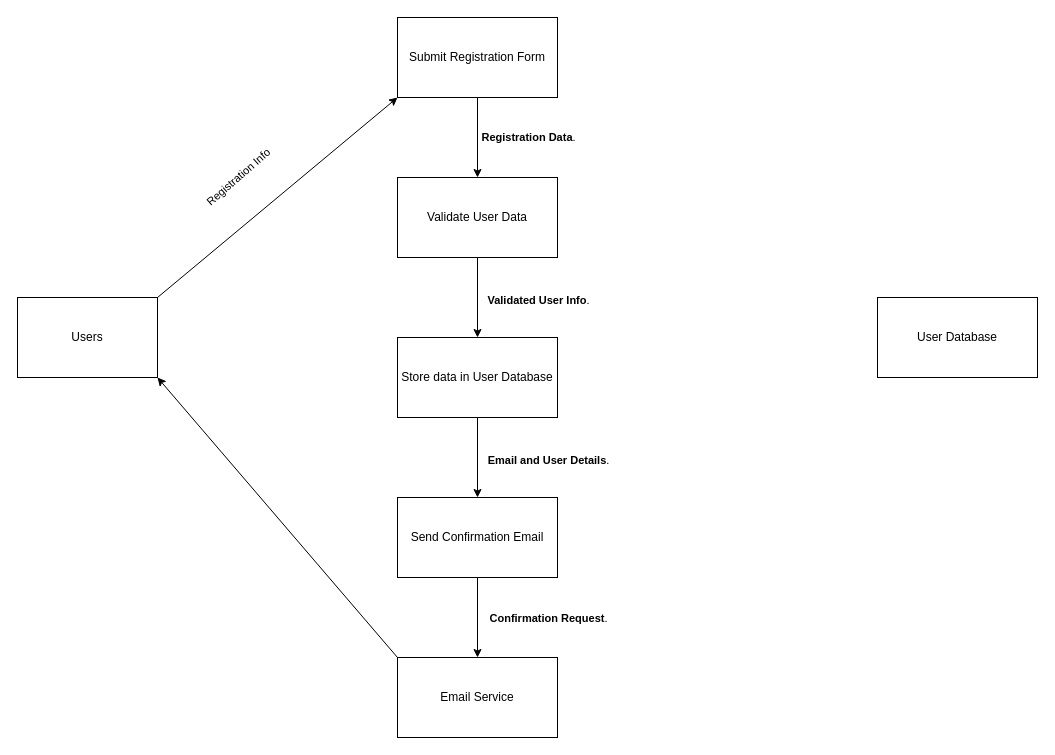
Above: User Registration (Level 1 DFD).drawio in fsial-tech/recipe-hub (draw.io), before the change. Source tidied: cells renumbered, new cells numbered last; positions are measured from the earlier drawing's top-left corner, leaving out a move shared by most shapes. Both pictures are drawn from the tidied source at 100%, with x=0, y=0 at pixel (17, 17).
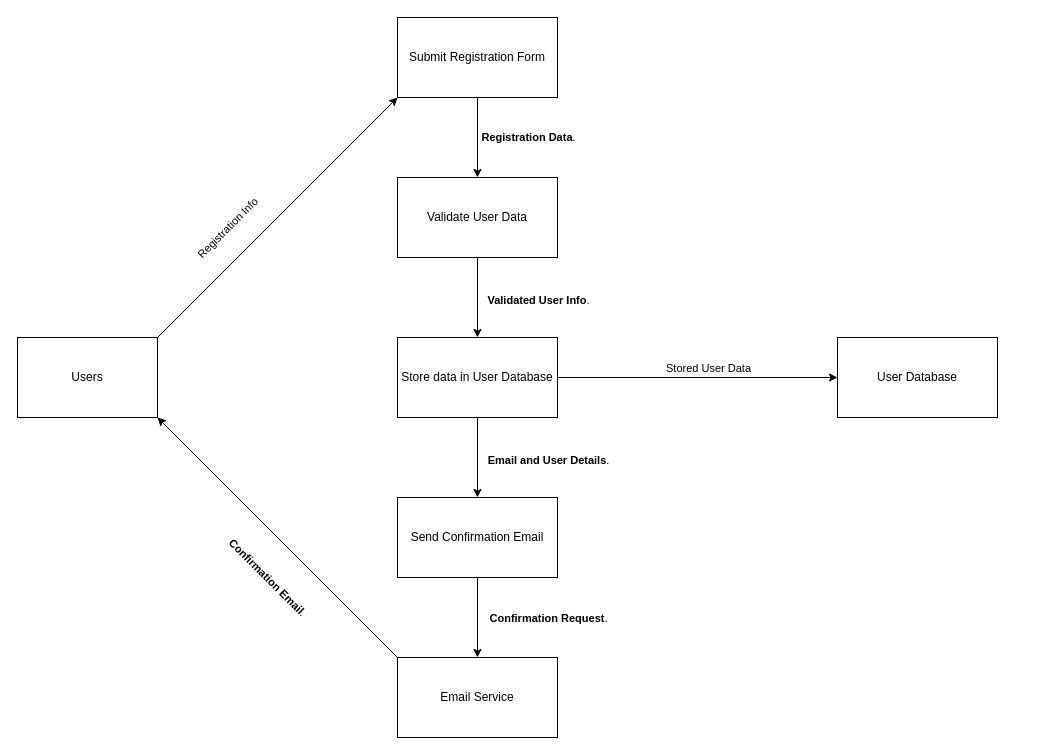
The same page after the edit.

Unchanged cells that the change refers to:
```xml
<mxCell id="3" value="Submit Registration Form" style="rounded=0;whiteSpace=wrap;html=1;" parent="1" vertex="1">
  <mxGeometry x="380" width="160" height="80" as="geometry" />
</mxCell>
<mxCell id="5" value="Store data in User Database" style="rounded=0;whiteSpace=wrap;html=1;" parent="1" vertex="1">
  <mxGeometry x="380" y="320" width="160" height="80" as="geometry" />
</mxCell>
<mxCell id="19" style="endArrow=classic;html=1;rounded=0;entryX=1;entryY=1;entryDx=0;entryDy=0;" parent="1" edge="1" target="2">
  <mxGeometry relative="1" as="geometry">
    <mxPoint x="380" y="640" as="sourcePoint" />
  </mxGeometry>
</mxCell>
```

What changed in the source:
```diff
@@
     <mxCell id="2" value="Users" style="rounded=0;whiteSpace=wrap;html=1;" parent="1" vertex="1">
-      <mxGeometry y="280" width="140" height="80" as="geometry" />
+      <mxGeometry y="320" width="140" height="80" as="geometry" />
     </mxCell>
@@
     <mxCell id="7" value="User Database" style="rounded=0;whiteSpace=wrap;html=1;" parent="1" vertex="1">
-      <mxGeometry x="860" y="280" width="160" height="80" as="geometry" />
+      <mxGeometry x="820" y="320" width="160" height="80" as="geometry" />
     </mxCell>
-    <mxCell id="8" style="endArrow=classic;html=1;rounded=0;entryX=0;entryY=1;entryDx=0;entryDy=0;" parent="1" edge="1" target="3">
-      <mxGeometry relative="1" as="geometry">
-        <mxPoint x="140" y="280" as="sourcePoint" />
-      </mxGeometry>
+    <mxCell id="8" style="endArrow=classic;html=1;rounded=0;entryX=0;entryY=1;entryDx=0;entryDy=0;exitX=1;exitY=0;exitDx=0;exitDy=0;" parent="1" edge="1" source="2" target="3">
+      <mxGeometry relative="1" as="geometry" />
     </mxCell>
-    <mxCell id="9" value="Registration Info" style="edgeLabel;html=1;align=center;verticalAlign=middle;rotation=-41;" parent="8" vertex="1">
+    <mxCell id="9" value="Registration Info" style="edgeLabel;html=1;align=center;verticalAlign=middle;rotation=-45;" parent="8" vertex="1">
       <mxGeometry x="0.01" y="5" relative="1" as="geometry">
-        <mxPoint x="-38" y="-15" as="offset" />
+        <mxPoint x="-48" y="15" as="offset" />
       </mxGeometry>
     </mxCell>
@@
+    <mxCell id="20" value="&lt;strong&gt;Confirmation Email&lt;/strong&gt;." style="edgeLabel;html=1;align=center;verticalAlign=middle;rotation=45;" parent="19" vertex="1">
+      <mxGeometry x="-0.2" y="4" relative="1" as="geometry">
+        <mxPoint x="-31" y="13" as="offset" />
+      </mxGeometry>
+    </mxCell>
+    <mxCell id="21" style="endArrow=classic;html=1;rounded=0;exitX=1;exitY=0.5;exitDx=0;exitDy=0;entryX=0;entryY=0.5;entryDx=0;entryDy=0;" parent="1" edge="1" source="5" target="7">
+      <mxGeometry relative="1" as="geometry" />
+    </mxCell>
+    <mxCell id="22" value="Stored User Data" style="edgeLabel;html=1;align=center;verticalAlign=middle;" parent="21" vertex="1">
+      <mxGeometry x="0.05" y="-1" relative="1" as="geometry">
+        <mxPoint x="3" y="-11" as="offset" />
+      </mxGeometry>
+    </mxCell>
```
